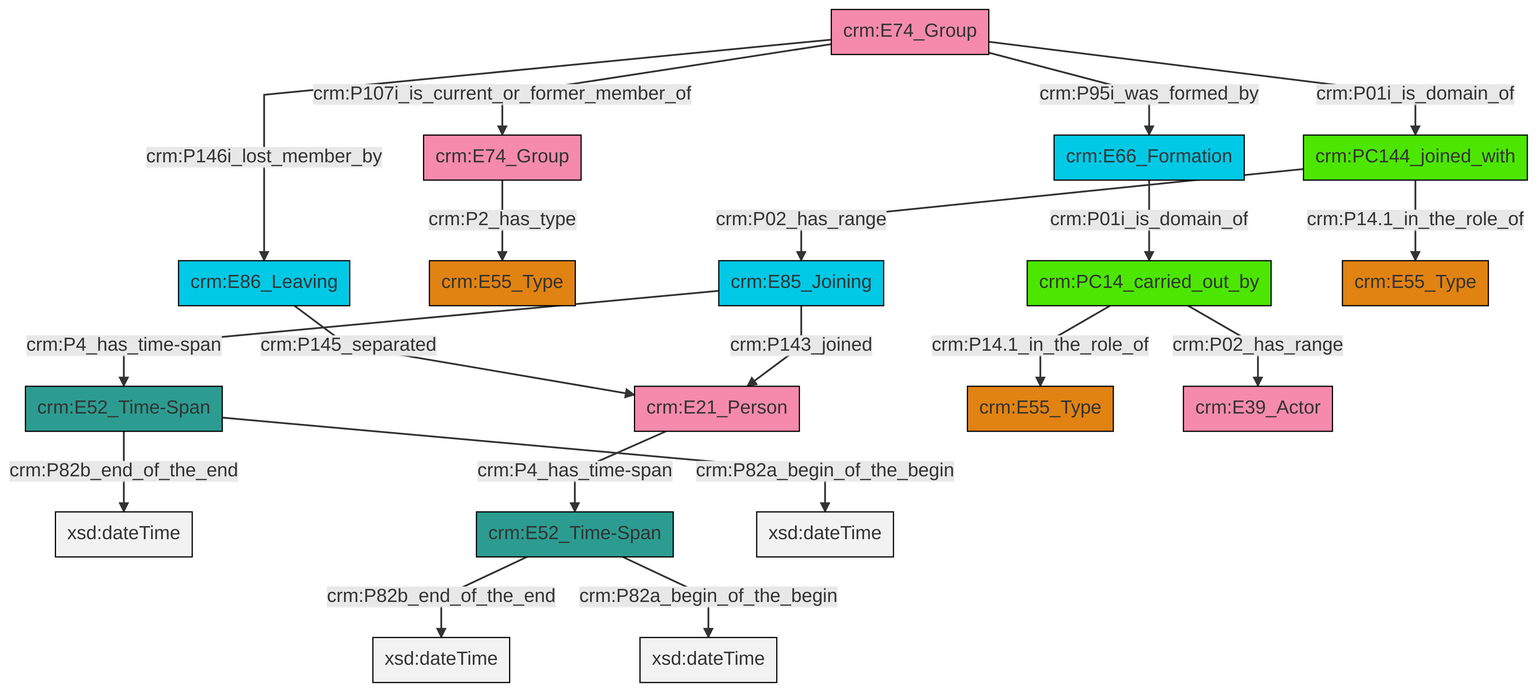
swiss-art-research-net/docs.swissartresearch keeps this Mermaid diagram as et/groupCSV/ttl/mmd/png/group_actor_relations.png. Above is the earlier version. Its source is kept beside it as et/groupCSV/ttl/mmd/group_actor_relations.ttl.mmd.
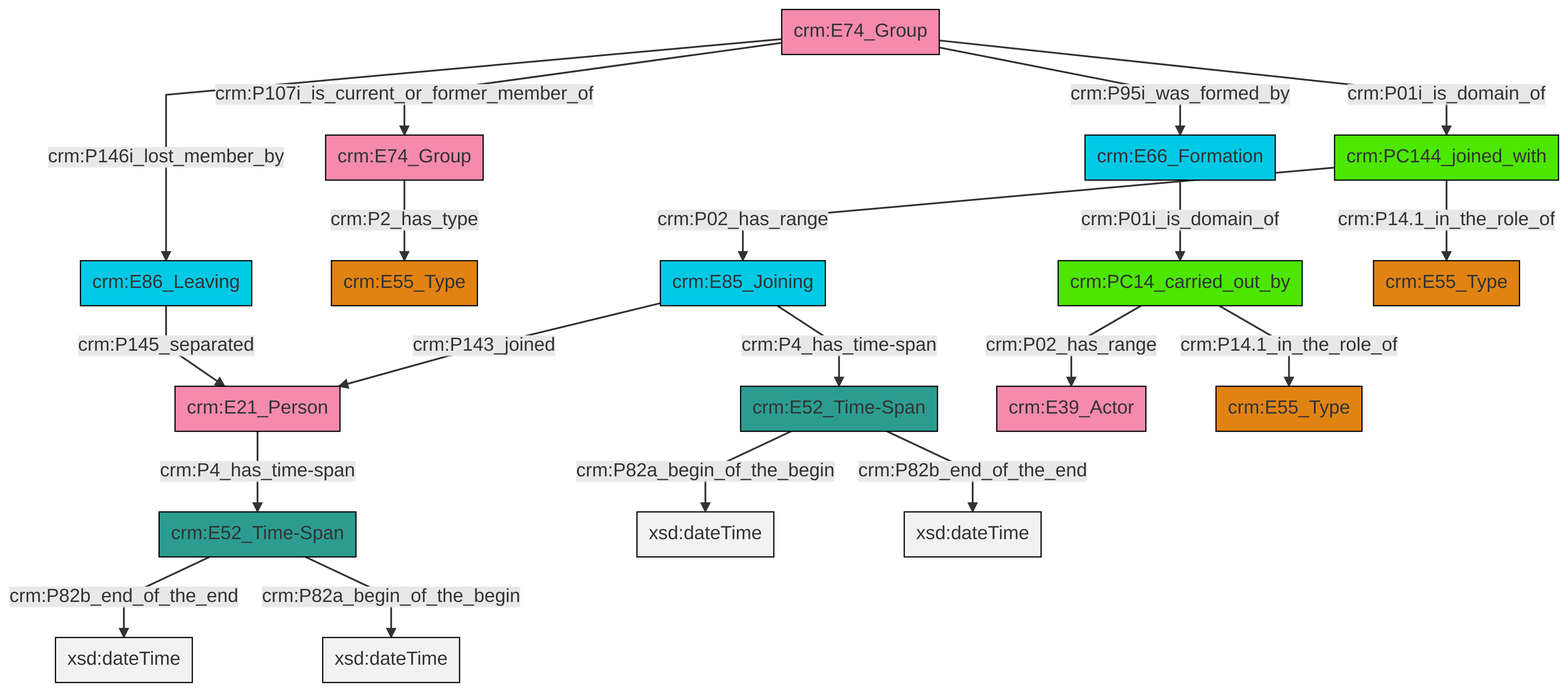
The same diagram one commit later.

Change to the diagram source:
```diff
@@ -13,21 +13,21 @@
 classDef PC_Classes fill:#4ce600, stroke:#000000;
 classDef Multi fill:#cccccc,stroke:#000000;
 
-0["crm:E74_Group"]:::Actor -->|crm:P146i_lost_member_by| 1["crm:E86_Leaving"]:::Temporal_Entity
-1["crm:E86_Leaving"]:::Temporal_Entity -->|crm:P145_separated| 6["crm:E21_Person"]:::Actor
-0["crm:E74_Group"]:::Actor -->|crm:P107i_is_current_or_former_member_of| 9["crm:E74_Group"]:::Actor
-10["crm:E85_Joining"]:::Temporal_Entity -->|crm:P4_has_time-span| 4["crm:E52_Time-Span"]:::Time-Span
-4["crm:E52_Time-Span"]:::Time-Span -->|crm:P82b_end_of_the_end| 11[xsd:dateTime]:::Literal
-14["crm:E52_Time-Span"]:::Time-Span -->|crm:P82b_end_of_the_end| 16[xsd:dateTime]:::Literal
-10["crm:E85_Joining"]:::Temporal_Entity -->|crm:P143_joined| 6["crm:E21_Person"]:::Actor
-18["crm:PC14_carried_out_by"]:::PC_Classes -->|crm:P02_has_range| 19["crm:E39_Actor"]:::Actor
-2["crm:E66_Formation"]:::Temporal_Entity -->|crm:P01i_is_domain_of| 18["crm:PC14_carried_out_by"]:::PC_Classes
-24["crm:PC144_joined_with"]:::PC_Classes -->|crm:P14.1_in_the_role_of| 25["crm:E55_Type"]:::Type
-6["crm:E21_Person"]:::Actor -->|crm:P4_has_time-span| 14["crm:E52_Time-Span"]:::Time-Span
-9["crm:E74_Group"]:::Actor -->|crm:P2_has_type| 7["crm:E55_Type"]:::Type
-4["crm:E52_Time-Span"]:::Time-Span -->|crm:P82a_begin_of_the_begin| 26[xsd:dateTime]:::Literal
-24["crm:PC144_joined_with"]:::PC_Classes -->|crm:P02_has_range| 10["crm:E85_Joining"]:::Temporal_Entity
-18["crm:PC14_carried_out_by"]:::PC_Classes -->|crm:P14.1_in_the_role_of| 12["crm:E55_Type"]:::Type
-0["crm:E74_Group"]:::Actor -->|crm:P95i_was_formed_by| 2["crm:E66_Formation"]:::Temporal_Entity
-0["crm:E74_Group"]:::Actor -->|crm:P01i_is_domain_of| 24["crm:PC144_joined_with"]:::PC_Classes
-14["crm:E52_Time-Span"]:::Time-Span -->|crm:P82a_begin_of_the_begin| 30[xsd:dateTime]:::Literal
+0["crm:E85_Joining"]:::Temporal_Entity -->|crm:P143_joined| 1["crm:E21_Person"]:::Actor
+2["crm:E74_Group"]:::Actor -->|crm:P01i_is_domain_of| 8["crm:PC144_joined_with"]:::PC_Classes
+1["crm:E21_Person"]:::Actor -->|crm:P4_has_time-span| 9["crm:E52_Time-Span"]:::Time-Span
+2["crm:E74_Group"]:::Actor -->|crm:P95i_was_formed_by| 13["crm:E66_Formation"]:::Temporal_Entity
+2["crm:E74_Group"]:::Actor -->|crm:P107i_is_current_or_former_member_of| 4["crm:E74_Group"]:::Actor
+18["crm:E86_Leaving"]:::Temporal_Entity -->|crm:P145_separated| 1["crm:E21_Person"]:::Actor
+9["crm:E52_Time-Span"]:::Time-Span -->|crm:P82b_end_of_the_end| 21[xsd:dateTime]:::Literal
+22["crm:PC14_carried_out_by"]:::PC_Classes -->|crm:P14.1_in_the_role_of| 16["crm:E55_Type"]:::Type
+4["crm:E74_Group"]:::Actor -->|crm:P2_has_type| 14["crm:E55_Type"]:::Type
+2["crm:E74_Group"]:::Actor -->|crm:P146i_lost_member_by| 18["crm:E86_Leaving"]:::Temporal_Entity
+22["crm:PC14_carried_out_by"]:::PC_Classes -->|crm:P02_has_range| 11["crm:E39_Actor"]:::Actor
+9["crm:E52_Time-Span"]:::Time-Span -->|crm:P82a_begin_of_the_begin| 23[xsd:dateTime]:::Literal
+13["crm:E66_Formation"]:::Temporal_Entity -->|crm:P01i_is_domain_of| 22["crm:PC14_carried_out_by"]:::PC_Classes
+8["crm:PC144_joined_with"]:::PC_Classes -->|crm:P14.1_in_the_role_of| 24["crm:E55_Type"]:::Type
+6["crm:E52_Time-Span"]:::Time-Span -->|crm:P82a_begin_of_the_begin| 28[xsd:dateTime]:::Literal
+0["crm:E85_Joining"]:::Temporal_Entity -->|crm:P4_has_time-span| 6["crm:E52_Time-Span"]:::Time-Span
+8["crm:PC144_joined_with"]:::PC_Classes -->|crm:P02_has_range| 0["crm:E85_Joining"]:::Temporal_Entity
+6["crm:E52_Time-Span"]:::Time-Span -->|crm:P82b_end_of_the_end| 32[xsd:dateTime]:::Literal
```
